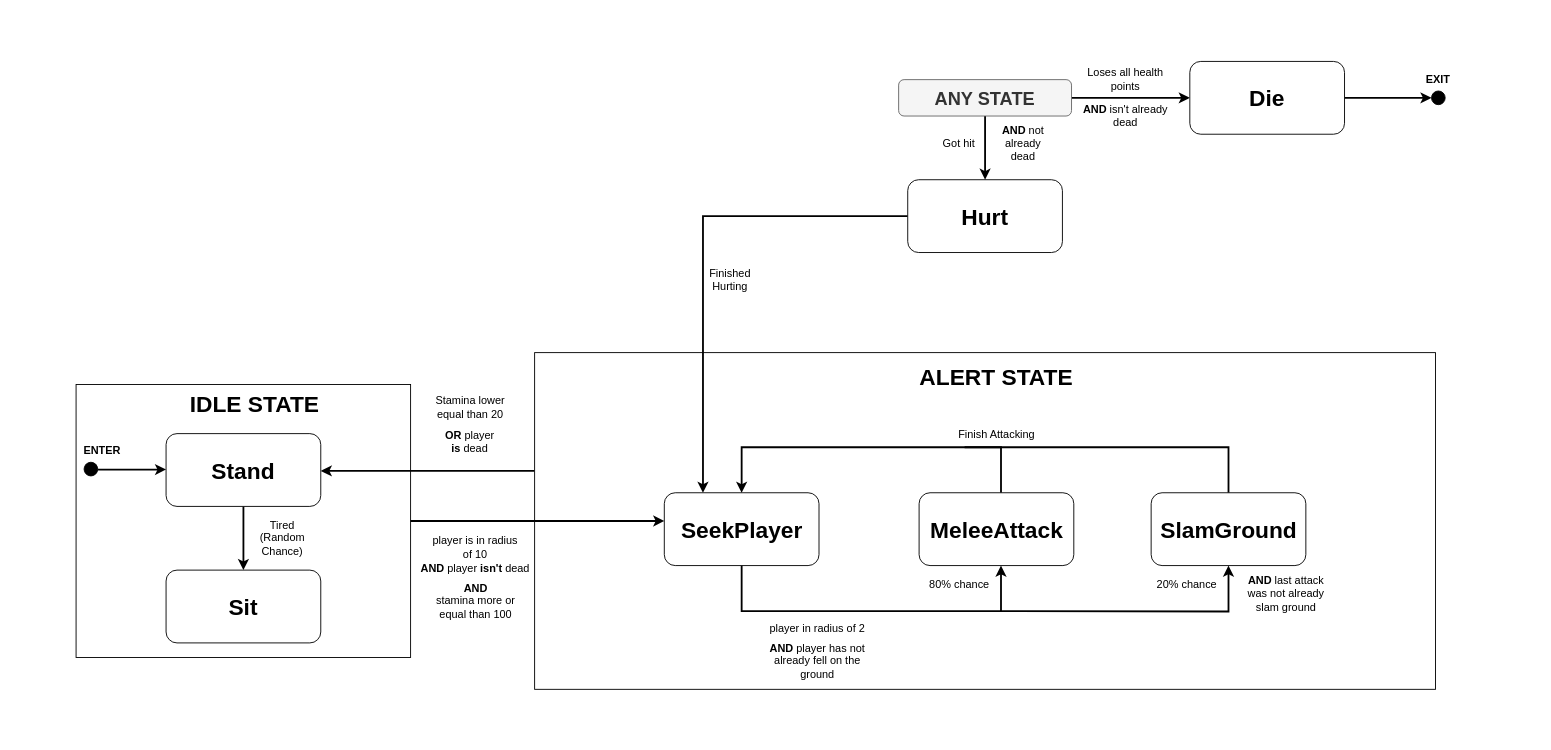
Before: page "Page-3" (2 of 2) of player_fsm.drawio in Aster0/GMAI_Project, a draw.io diagram. Source tidied: cells renumbered, new cells numbered last; positions are measured from the earlier drawing's top-left corner, leaving out a move shared by most shapes. Both pictures are drawn from the tidied source at 91%, with x=0, y=0 at pixel (15, 15).
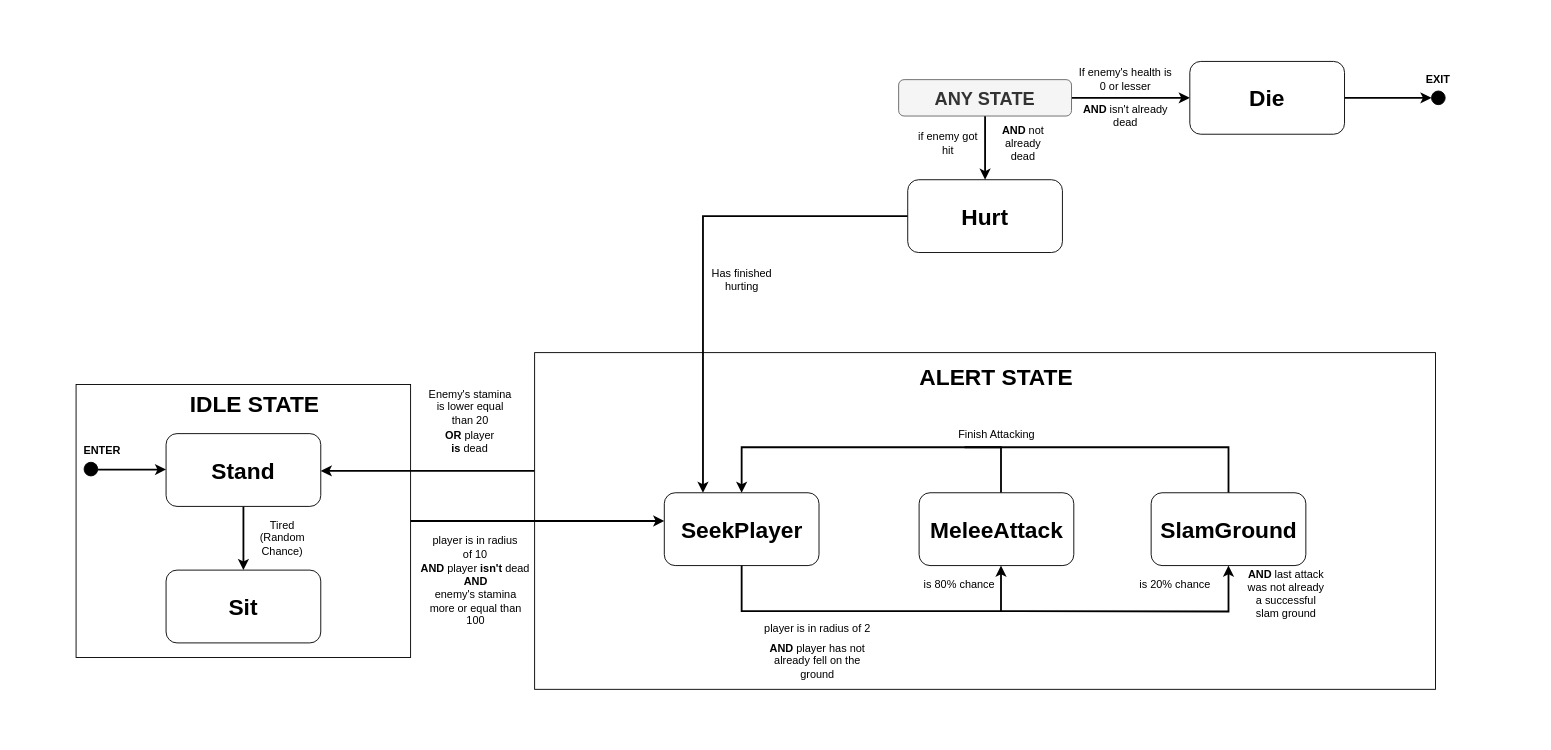
The same page after the edit.

Change to the diagram source:
```diff
@@
-    <mxCell id="20" value="player in radius of 2" style="text;html=1;strokeColor=none;fillColor=none;align=center;verticalAlign=middle;whiteSpace=wrap;rounded=0;fontSize=12;fontStyle=0;" parent="1" vertex="1">
+    <mxCell id="20" value="player is in radius of 2" style="text;html=1;strokeColor=none;fillColor=none;align=center;verticalAlign=middle;whiteSpace=wrap;rounded=0;fontSize=12;fontStyle=0;" parent="1" vertex="1">
       <mxGeometry x="817.1" y="643" width="128.1" height="62" as="geometry" />
     </mxCell>
@@
-    <mxCell id="25" value="Finished Hurting" style="text;html=1;strokeColor=none;fillColor=none;align=center;verticalAlign=middle;whiteSpace=wrap;rounded=0;fontSize=12;fontStyle=0;" parent="1" vertex="1">
-      <mxGeometry x="750" y="270" width="70" height="40" as="geometry" />
+    <mxCell id="25" value="Has finished hurting" style="text;html=1;strokeColor=none;fillColor=none;align=center;verticalAlign=middle;whiteSpace=wrap;rounded=0;fontSize=12;fontStyle=0;" parent="1" vertex="1">
+      <mxGeometry x="762.5" y="270" width="70" height="40" as="geometry" />
     </mxCell>
@@
-    <mxCell id="27" value="Stamina lower equal than 20" style="text;html=1;strokeColor=none;fillColor=none;align=center;verticalAlign=middle;whiteSpace=wrap;rounded=0;fontSize=12;fontStyle=0;" parent="1" vertex="1">
+    <mxCell id="27" value="Enemy's stamina is lower equal than 20" style="text;html=1;strokeColor=none;fillColor=none;align=center;verticalAlign=middle;whiteSpace=wrap;rounded=0;fontSize=12;fontStyle=0;" parent="1" vertex="1">
       <mxGeometry x="450.5" y="400" width="96.8" height="60" as="geometry" />
     </mxCell>
@@
-    <mxCell id="30" value="80% chance" style="text;html=1;strokeColor=none;fillColor=none;align=center;verticalAlign=middle;whiteSpace=wrap;rounded=0;fontSize=12;fontStyle=0;" parent="1" vertex="1">
+    <mxCell id="30" value="is 80% chance" style="text;html=1;strokeColor=none;fillColor=none;align=center;verticalAlign=middle;whiteSpace=wrap;rounded=0;fontSize=12;fontStyle=0;" parent="1" vertex="1">
       <mxGeometry x="972.5" y="594" width="128.1" height="62" as="geometry" />
     </mxCell>
-    <mxCell id="31" value="20% chance" style="text;html=1;strokeColor=none;fillColor=none;align=center;verticalAlign=middle;whiteSpace=wrap;rounded=0;fontSize=12;fontStyle=0;" parent="1" vertex="1">
-      <mxGeometry x="1222.5" y="594" width="128.1" height="62" as="geometry" />
+    <mxCell id="31" value="is 20% chance" style="text;html=1;strokeColor=none;fillColor=none;align=center;verticalAlign=middle;whiteSpace=wrap;rounded=0;fontSize=12;fontStyle=0;" parent="1" vertex="1">
+      <mxGeometry x="1209.9" y="594" width="128.1" height="62" as="geometry" />
     </mxCell>
@@
-    <mxCell id="40" value="Loses all health points" style="text;html=1;strokeColor=none;fillColor=none;align=center;verticalAlign=middle;whiteSpace=wrap;rounded=0;fontSize=12;fontStyle=0;" parent="1" vertex="1">
+    <mxCell id="40" value="If enemy's health is 0 or lesser" style="text;html=1;strokeColor=none;fillColor=none;align=center;verticalAlign=middle;whiteSpace=wrap;rounded=0;fontSize=12;fontStyle=0;" parent="1" vertex="1">
       <mxGeometry x="1162.5" y="50" width="112.5" height="40" as="geometry" />
     </mxCell>
@@
-    <mxCell id="44" value="Got hit" style="text;html=1;strokeColor=none;fillColor=none;align=center;verticalAlign=middle;whiteSpace=wrap;rounded=0;fontSize=12;fontStyle=0;" parent="1" vertex="1">
-      <mxGeometry x="1001.5" y="120" width="68.5" height="40" as="geometry" />
+    <mxCell id="44" value="if enemy got hit" style="text;html=1;strokeColor=none;fillColor=none;align=center;verticalAlign=middle;whiteSpace=wrap;rounded=0;fontSize=12;fontStyle=0;" parent="1" vertex="1">
+      <mxGeometry x="990" y="120" width="68.5" height="40" as="geometry" />
     </mxCell>
-    <mxCell id="45" value="&lt;b&gt;AND &lt;/b&gt;last attack was not already slam ground" style="text;html=1;strokeColor=none;fillColor=none;align=center;verticalAlign=middle;whiteSpace=wrap;rounded=0;fontSize=12;fontStyle=0;" parent="1" vertex="1">
+    <mxCell id="45" value="&lt;b&gt;AND &lt;/b&gt;last attack was not already a successful slam ground" style="text;html=1;strokeColor=none;fillColor=none;align=center;verticalAlign=middle;whiteSpace=wrap;rounded=0;fontSize=12;fontStyle=0;" parent="1" vertex="1">
       <mxGeometry x="1350.6" y="604" width="90" height="62" as="geometry" />
     </mxCell>
-    <mxCell id="46" value="&lt;b&gt;AND&lt;/b&gt;&lt;br&gt;stamina more or equal than 100" style="text;html=1;strokeColor=none;fillColor=none;align=center;verticalAlign=middle;whiteSpace=wrap;rounded=0;fontSize=12;fontStyle=0;" parent="1" vertex="1">
+    <mxCell id="46" value="&lt;b&gt;AND&lt;/b&gt;&lt;br&gt;enemy's stamina more or equal than 100" style="text;html=1;strokeColor=none;fillColor=none;align=center;verticalAlign=middle;whiteSpace=wrap;rounded=0;fontSize=12;fontStyle=0;" parent="1" vertex="1">
       <mxGeometry x="450.5" y="613.5" width="109" height="58" as="geometry" />
     </mxCell>
```
